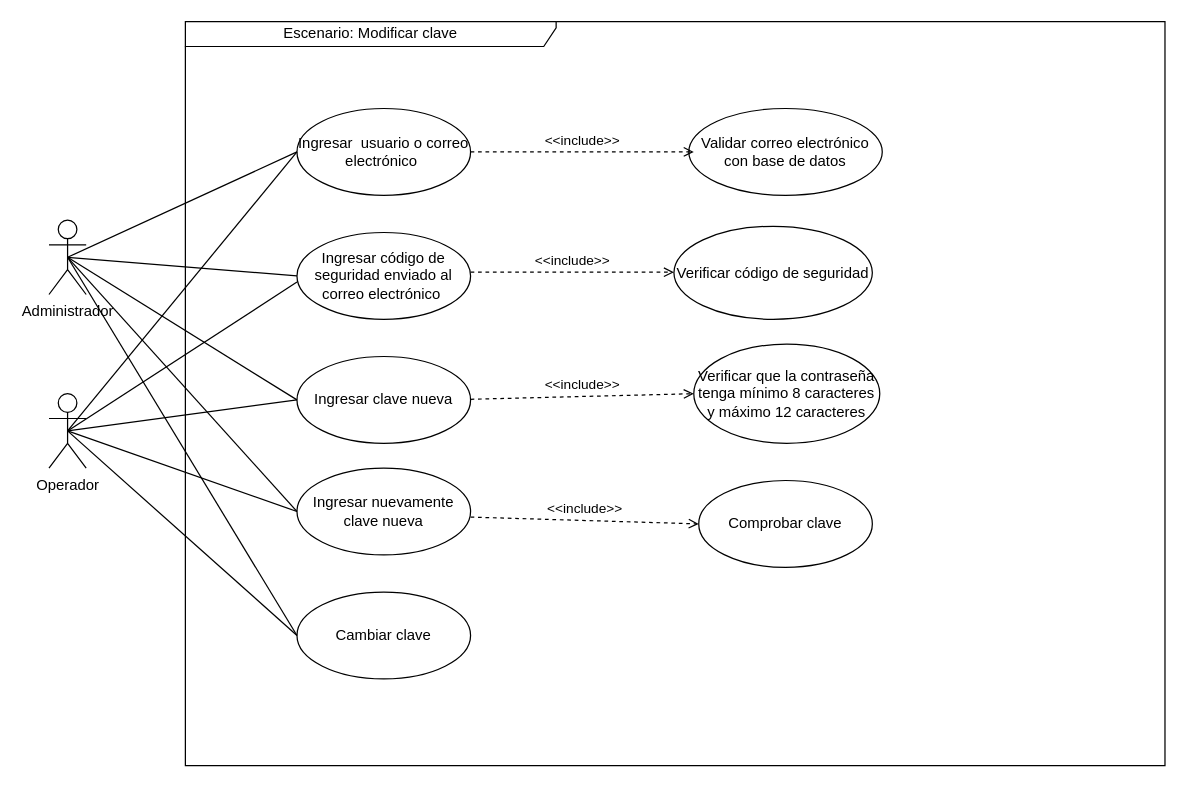
Before: page "recuperar clave" (16 of 16) of documentacion/Untitled Diagram.drawio in nicasop/PROYECTO_INTEGRADOR_P58, a draw.io diagram. Source tidied: cells renumbered, new cells numbered last; positions are measured from the earlier drawing's top-left corner, leaving out a move shared by most shapes. Both pictures are drawn from the tidied source at 124%, with x=0, y=0 at pixel (48, 21).
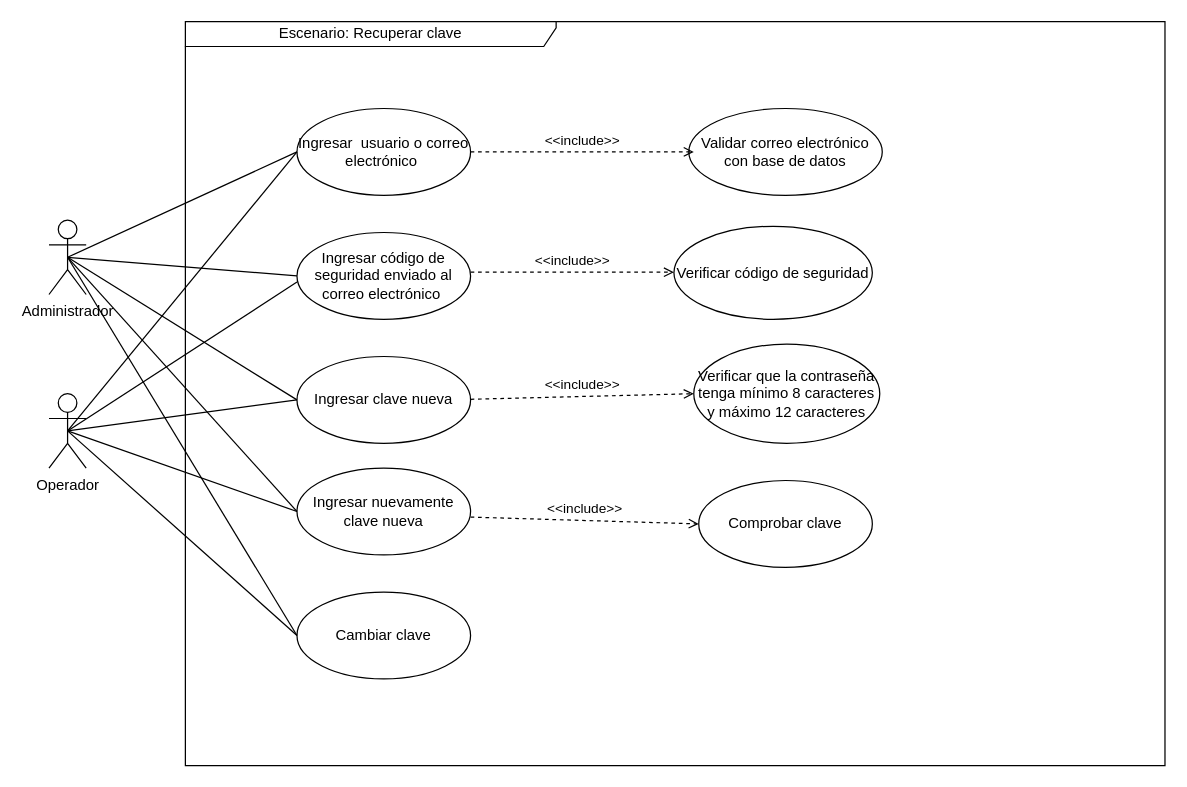
The same page after the edit.

Change to the diagram source:
```diff
@@
-    <mxCell id="2" value="Escenario: Modificar clave" style="shape=umlFrame;whiteSpace=wrap;html=1;width=299;height=20;" parent="1" vertex="1">
+    <mxCell id="2" value="Escenario: Recuperar clave" style="shape=umlFrame;whiteSpace=wrap;html=1;width=299;height=20;" parent="1" vertex="1">
       <mxGeometry x="110" width="790" height="600" as="geometry" />
     </mxCell>
```
